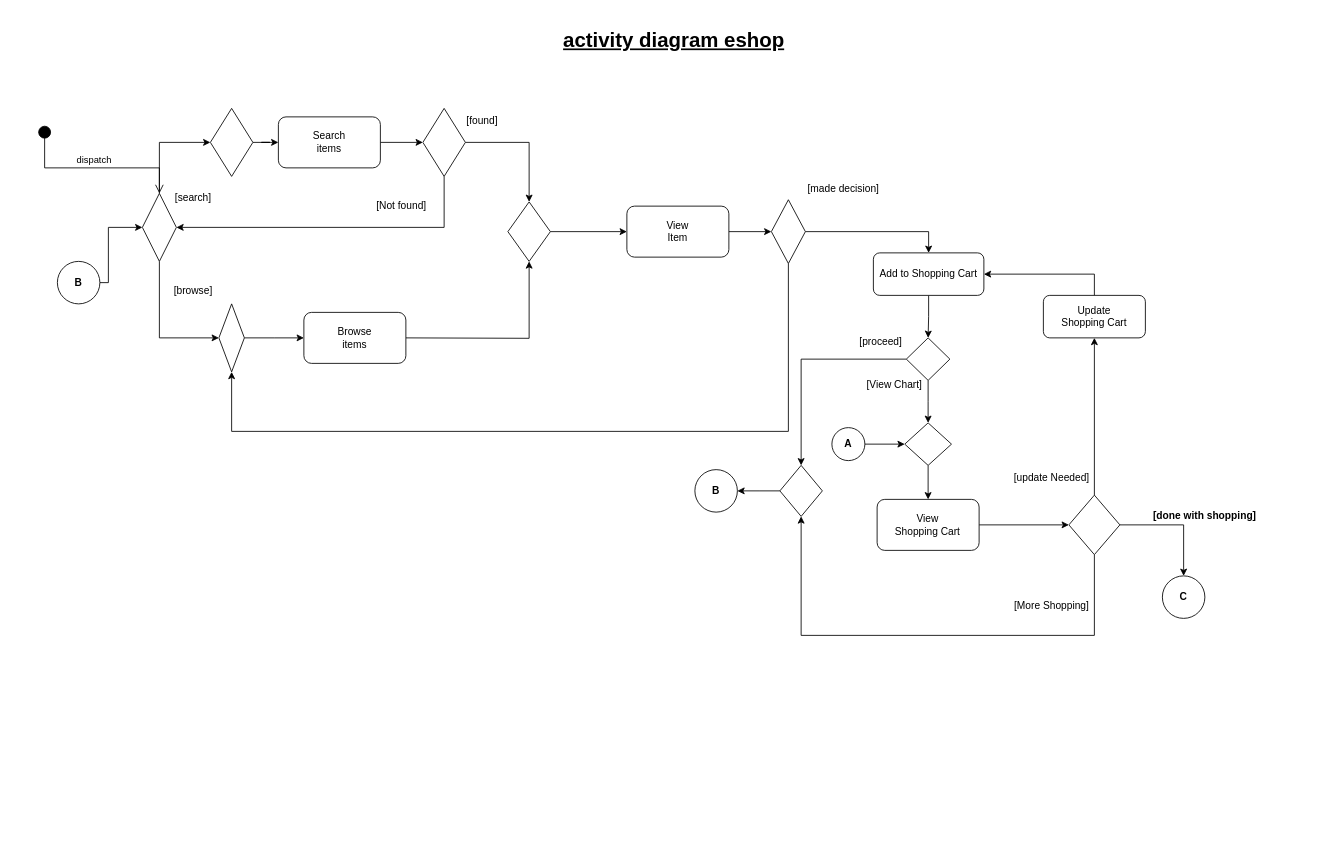
Arxonus/Programms keeps this draw.io diagram as Activity Diagram.drawio. Above is the earlier version. Source tidied: cells renumbered, new cells numbered last; positions are measured from the earlier drawing's top-left corner, leaving out a move shared by most shapes. Both pictures are drawn from the tidied source at 85%, with x=0, y=0 at pixel (31, 23).
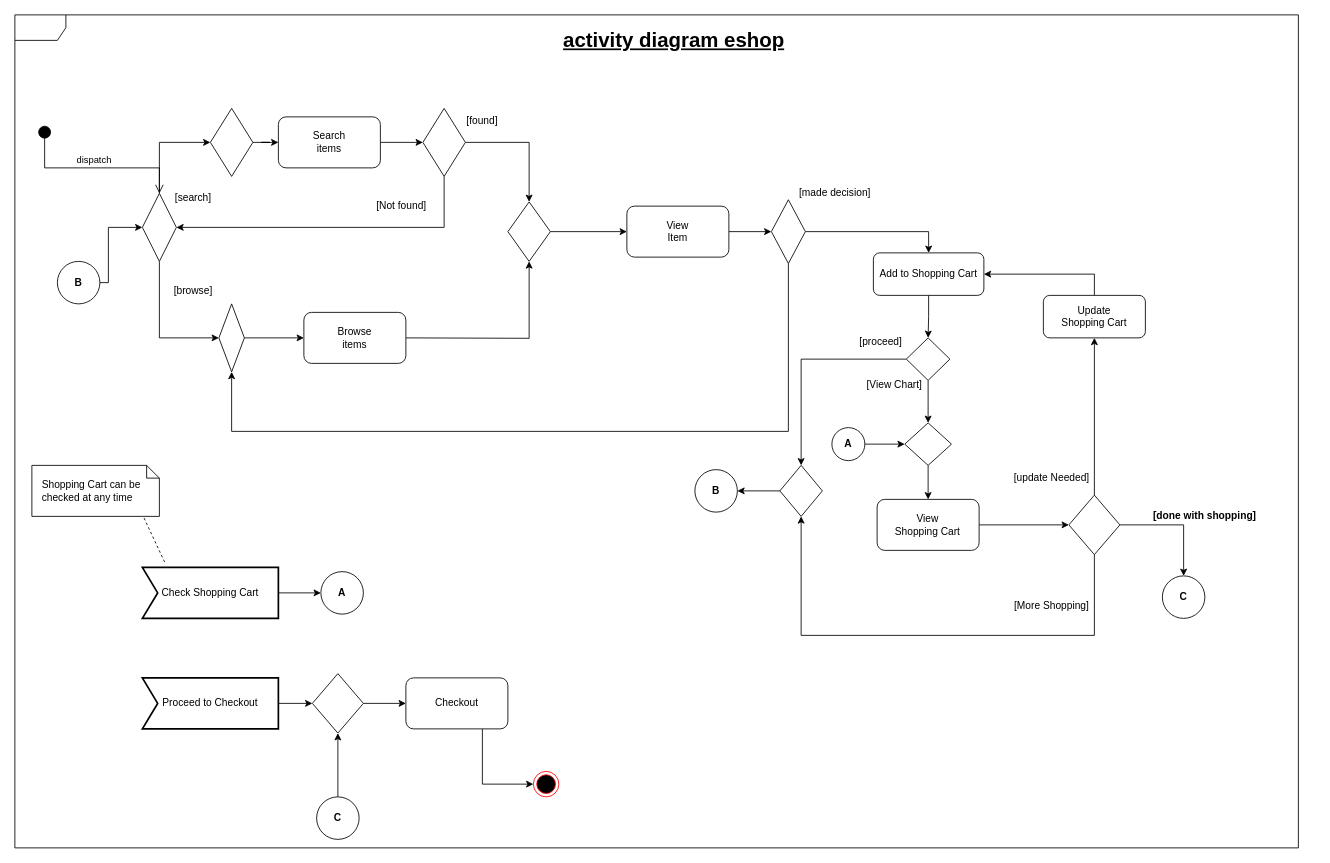
Above is the later version.

The edit, as a diff of the source:
```diff
@@
     <mxCell id="31" value="[made decision]" style="text;html=1;strokeColor=none;fillColor=none;align=center;verticalAlign=middle;whiteSpace=wrap;rounded=0;" parent="1" vertex="1">
-      <mxGeometry x="910" y="180" width="90" height="30" as="geometry" />
+      <mxGeometry x="900" y="185" width="90" height="30" as="geometry" />
     </mxCell>
@@
+    <mxCell id="59" value="Shopping Cart can be checked at any time" style="shape=note;size=15;align=left;spacingLeft=10;html=1;whiteSpace=wrap;" parent="1" vertex="1">
+      <mxGeometry y="520" width="150" height="60" as="geometry" />
+    </mxCell>
+    <mxCell id="60" style="edgeStyle=none;endArrow=none;exitX=0.88;exitY=1.033;dashed=1;html=1;rounded=0;exitDx=0;exitDy=0;exitPerimeter=0;entryX=0.17;entryY=-0.067;entryDx=0;entryDy=0;entryPerimeter=0;" parent="1" edge="1" source="59" target="62">
+      <mxGeometry x="1" relative="1" as="geometry" />
+    </mxCell>
+    <mxCell id="61" style="edgeStyle=orthogonalEdgeStyle;rounded=0;jettySize=auto;html=1;" parent="1" edge="1" source="62" target="63">
+      <mxGeometry relative="1" as="geometry" />
+    </mxCell>
+    <mxCell id="62" value="Check Shopping Cart" style="html=1;shape=mxgraph.sysml.accEvent;strokeWidth=2;whiteSpace=wrap;align=center;" parent="1" vertex="1">
+      <mxGeometry x="130" y="640" width="160" height="60" as="geometry" />
+    </mxCell>
+    <mxCell id="63" value="&lt;b&gt;A&lt;/b&gt;" style="ellipse;whiteSpace=wrap;html=1;" parent="1" vertex="1">
+      <mxGeometry x="340" y="645" width="50" height="50" as="geometry" />
+    </mxCell>
+    <mxCell id="64" style="edgeStyle=orthogonalEdgeStyle;rounded=0;jettySize=auto;html=1;entryX=0;entryY=0.5;entryDx=0;entryDy=0;" parent="1" edge="1" source="65" target="67">
+      <mxGeometry relative="1" as="geometry" />
+    </mxCell>
+    <mxCell id="65" value="Proceed to Checkout" style="html=1;shape=mxgraph.sysml.accEvent;strokeWidth=2;whiteSpace=wrap;align=center;" parent="1" vertex="1">
+      <mxGeometry x="130" y="770" width="160" height="60" as="geometry" />
+    </mxCell>
+    <mxCell id="66" style="edgeStyle=orthogonalEdgeStyle;rounded=0;jettySize=auto;html=1;entryX=0;entryY=0.5;entryDx=0;entryDy=0;" parent="1" edge="1" source="67" target="69">
+      <mxGeometry relative="1" as="geometry" />
+    </mxCell>
+    <mxCell id="67" style="rhombus;whiteSpace=wrap;html=1;" parent="1" vertex="1">
+      <mxGeometry x="330" y="765" width="60" height="70" as="geometry" />
+    </mxCell>
+    <mxCell id="68" style="edgeStyle=orthogonalEdgeStyle;rounded=0;jettySize=auto;html=1;exitX=0.75;exitY=1;exitDx=0;exitDy=0;entryX=0;entryY=0.5;entryDx=0;entryDy=0;" parent="1" edge="1" source="69" target="72">
+      <mxGeometry relative="1" as="geometry">
+        <Array as="points">
+          <mxPoint x="530" y="895" />
+        </Array>
+      </mxGeometry>
+    </mxCell>
+    <mxCell id="69" value="Checkout" style="rounded=1;whiteSpace=wrap;html=1;" parent="1" vertex="1">
+      <mxGeometry x="440" y="770" width="120" height="60" as="geometry" />
+    </mxCell>
+    <mxCell id="70" style="edgeStyle=orthogonalEdgeStyle;rounded=0;jettySize=auto;html=1;entryX=0.5;entryY=1;entryDx=0;entryDy=0;" parent="1" edge="1" source="71" target="67">
+      <mxGeometry relative="1" as="geometry" />
+    </mxCell>
+    <mxCell id="71" value="&lt;b&gt;C&lt;/b&gt;" style="ellipse;whiteSpace=wrap;html=1;" parent="1" vertex="1">
+      <mxGeometry x="335" y="910" width="50" height="50" as="geometry" />
+    </mxCell>
+    <mxCell id="72" style="ellipse;html=1;shape=endState;fillColor=#000000;strokeColor=#ff0000;" parent="1" vertex="1">
+      <mxGeometry x="590" y="880" width="30" height="30" as="geometry" />
+    </mxCell>
+    <mxCell id="73" style="shape=umlFrame;whiteSpace=wrap;html=1;" parent="1" vertex="1">
+      <mxGeometry x="-20" y="-10" width="1510" height="980" as="geometry" />
+    </mxCell>
```
